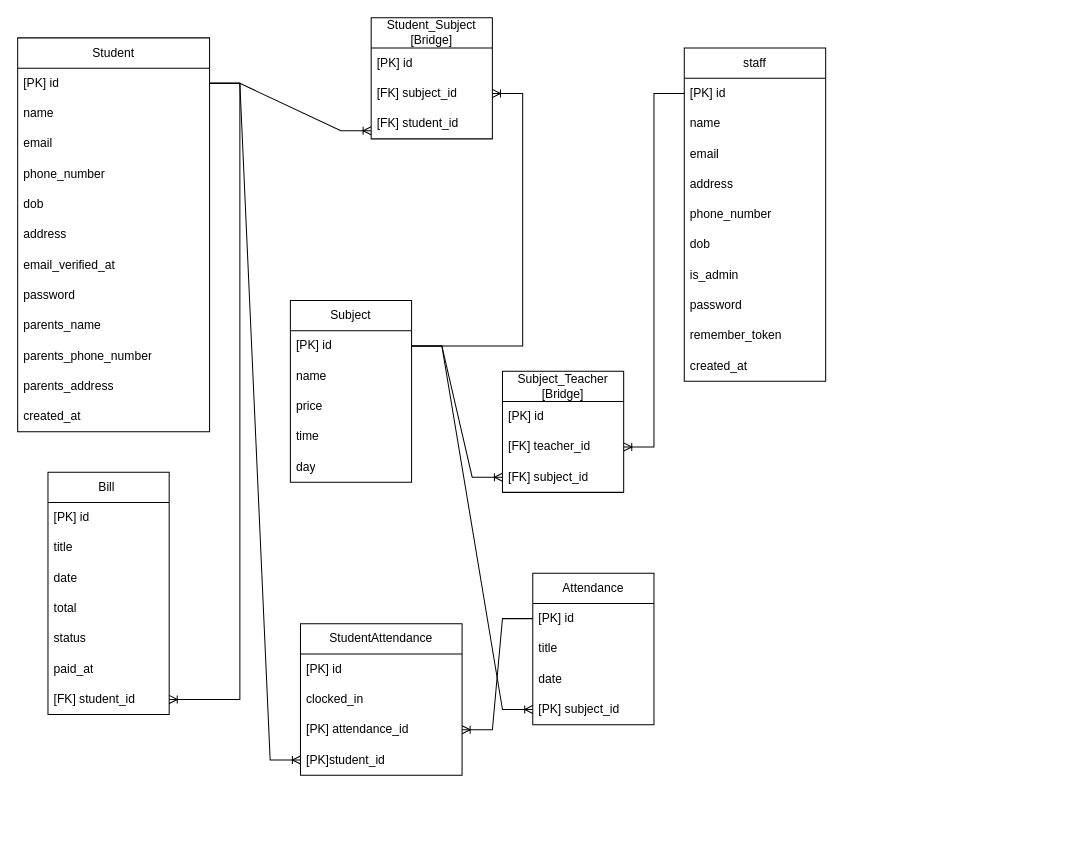
Above: page "Page-1" (1 of 2) of ERD.drawio in aqilanwar/atlas-api (draw.io), before the change. Source tidied: cells renumbered, new cells numbered last; positions are measured from the earlier drawing's top-left corner, leaving out a move shared by most shapes. Both pictures are drawn from the tidied source at 101%, with x=0, y=0 at pixel (17, 17).
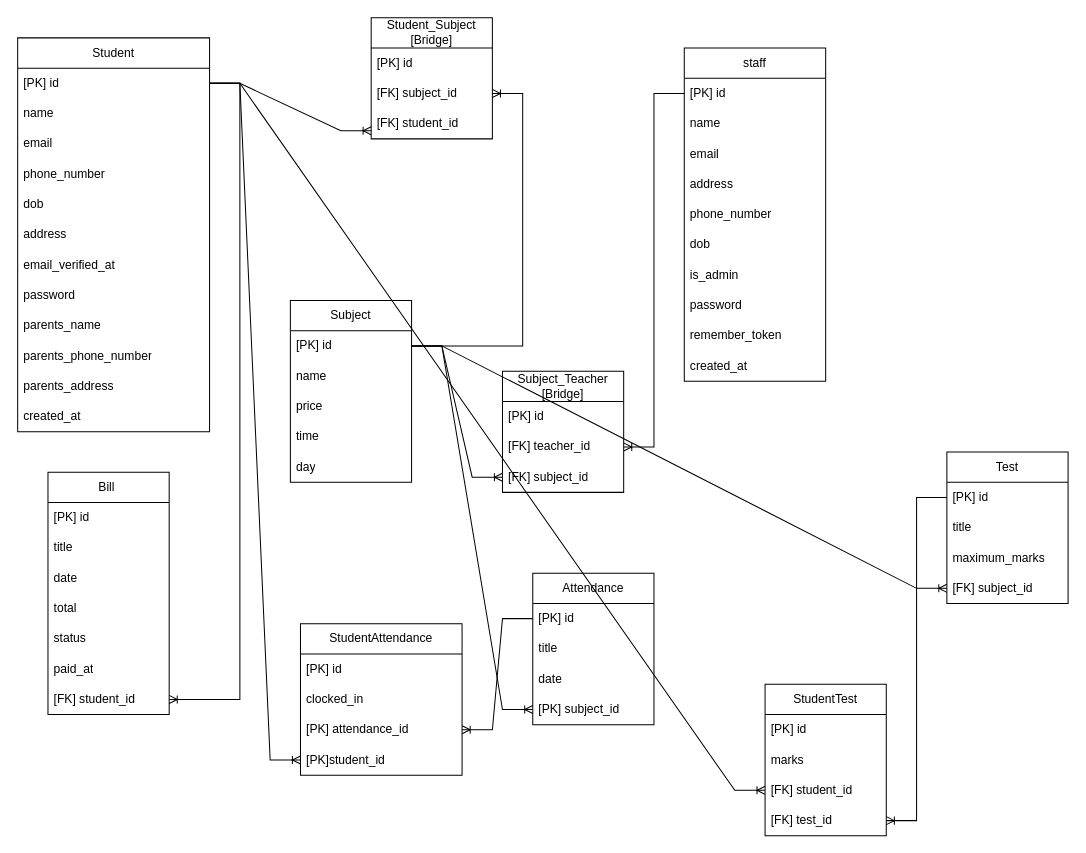
The same diagram, later.

Unchanged cells that the change refers to:
```xml
<mxCell id="3" value="[PK] id" style="text;strokeColor=none;fillColor=none;align=left;verticalAlign=middle;spacingLeft=4;spacingRight=4;overflow=hidden;points=[[0,0.5],[1,0.5]];portConstraint=eastwest;whiteSpace=wrap;html=1;" parent="2" vertex="1">
  <mxGeometry y="30" width="190" height="30" as="geometry" />
</mxCell>
<mxCell id="27" value="[PK] id" style="text;strokeColor=none;fillColor=none;align=left;verticalAlign=middle;spacingLeft=4;spacingRight=4;overflow=hidden;points=[[0,0.5],[1,0.5]];portConstraint=eastwest;whiteSpace=wrap;html=1;" parent="26" vertex="1">
  <mxGeometry y="30" width="120" height="30" as="geometry" />
</mxCell>
```

Diff of the diagram source:
```diff
@@
+    <mxCell id="66" value="Test" style="swimlane;fontStyle=0;horizontal=1;startSize=30;whiteSpace=wrap;html=1;" parent="1" vertex="1">
+      <mxGeometry x="920" y="430" width="120" height="150" as="geometry" />
+    </mxCell>
+    <mxCell id="67" value="[PK] id" style="text;strokeColor=none;fillColor=none;align=left;verticalAlign=middle;spacingLeft=4;spacingRight=4;overflow=hidden;points=[[0,0.5],[1,0.5]];portConstraint=eastwest;whiteSpace=wrap;html=1;" parent="66" vertex="1">
+      <mxGeometry y="30" width="120" height="30" as="geometry" />
+    </mxCell>
+    <mxCell id="68" value="title" style="text;strokeColor=none;fillColor=none;align=left;verticalAlign=middle;spacingLeft=4;spacingRight=4;overflow=hidden;whiteSpace=wrap;html=1;" parent="66" vertex="1">
+      <mxGeometry y="60" width="120" height="30" as="geometry" />
+    </mxCell>
+    <mxCell id="69" value="maximum_marks" style="text;strokeColor=none;fillColor=none;align=left;verticalAlign=middle;spacingLeft=4;spacingRight=4;overflow=hidden;whiteSpace=wrap;html=1;" parent="66" vertex="1">
+      <mxGeometry y="90" width="120" height="30" as="geometry" />
+    </mxCell>
+    <mxCell id="70" value="[FK] subject_id" style="text;strokeColor=none;fillColor=none;align=left;verticalAlign=middle;spacingLeft=4;spacingRight=4;overflow=hidden;points=[[0,0.5],[1,0.5]];portConstraint=eastwest;whiteSpace=wrap;html=1;" parent="66" vertex="1">
+      <mxGeometry y="120" width="120" height="30" as="geometry" />
+    </mxCell>
+    <mxCell id="71" style="edgeStyle=entityRelationEdgeStyle;fontSize=12;html=1;endArrow=ERoneToMany;rounded=0;exitX=1;exitY=0.5;exitDx=0;exitDy=0;" parent="1" edge="1" source="27" target="70">
+      <mxGeometry x="0.1" y="-11" relative="1" as="geometry">
+        <mxPoint x="1" y="-5" as="offset" />
+      </mxGeometry>
+    </mxCell>
+    <mxCell id="72" value="StudentTest" style="swimlane;fontStyle=0;horizontal=1;startSize=30;whiteSpace=wrap;html=1;" parent="1" vertex="1">
+      <mxGeometry x="740" y="660" width="120" height="150" as="geometry" />
+    </mxCell>
+    <mxCell id="73" value="[PK] id" style="text;strokeColor=none;fillColor=none;align=left;verticalAlign=middle;spacingLeft=4;spacingRight=4;overflow=hidden;whiteSpace=wrap;html=1;" parent="72" vertex="1">
+      <mxGeometry y="30" width="120" height="30" as="geometry" />
+    </mxCell>
+    <mxCell id="74" value="marks" style="text;strokeColor=none;fillColor=none;align=left;verticalAlign=middle;spacingLeft=4;spacingRight=4;overflow=hidden;whiteSpace=wrap;html=1;" parent="72" vertex="1">
+      <mxGeometry y="60" width="120" height="30" as="geometry" />
+    </mxCell>
+    <mxCell id="75" value="[FK] student_id" style="text;strokeColor=none;fillColor=none;align=left;verticalAlign=middle;spacingLeft=4;spacingRight=4;overflow=hidden;points=[[0,0.5],[1,0.5]];portConstraint=eastwest;whiteSpace=wrap;html=1;" parent="72" vertex="1">
+      <mxGeometry y="90" width="120" height="30" as="geometry" />
+    </mxCell>
+    <mxCell id="76" value="[FK] test_id" style="text;strokeColor=none;fillColor=none;align=left;verticalAlign=middle;spacingLeft=4;spacingRight=4;overflow=hidden;points=[[0,0.5],[1,0.5]];portConstraint=eastwest;whiteSpace=wrap;html=1;" parent="72" vertex="1">
+      <mxGeometry y="120" width="120" height="30" as="geometry" />
+    </mxCell>
+    <mxCell id="77" style="edgeStyle=entityRelationEdgeStyle;fontSize=12;html=1;endArrow=ERoneToMany;rounded=0;exitX=1;exitY=0.5;exitDx=0;exitDy=0;" parent="1" edge="1" source="3" target="75">
+      <mxGeometry x="0.1" y="-11" relative="1" as="geometry">
+        <mxPoint x="1" y="-5" as="offset" />
+      </mxGeometry>
+    </mxCell>
+    <mxCell id="78" style="edgeStyle=entityRelationEdgeStyle;fontSize=12;html=1;endArrow=ERoneToMany;rounded=0;entryX=1;entryY=0.5;entryDx=0;entryDy=0;" parent="1" edge="1" source="67" target="76">
+      <mxGeometry x="0.1" y="-11" relative="1" as="geometry">
+        <mxPoint x="1" y="-5" as="offset" />
+      </mxGeometry>
+    </mxCell>
```
